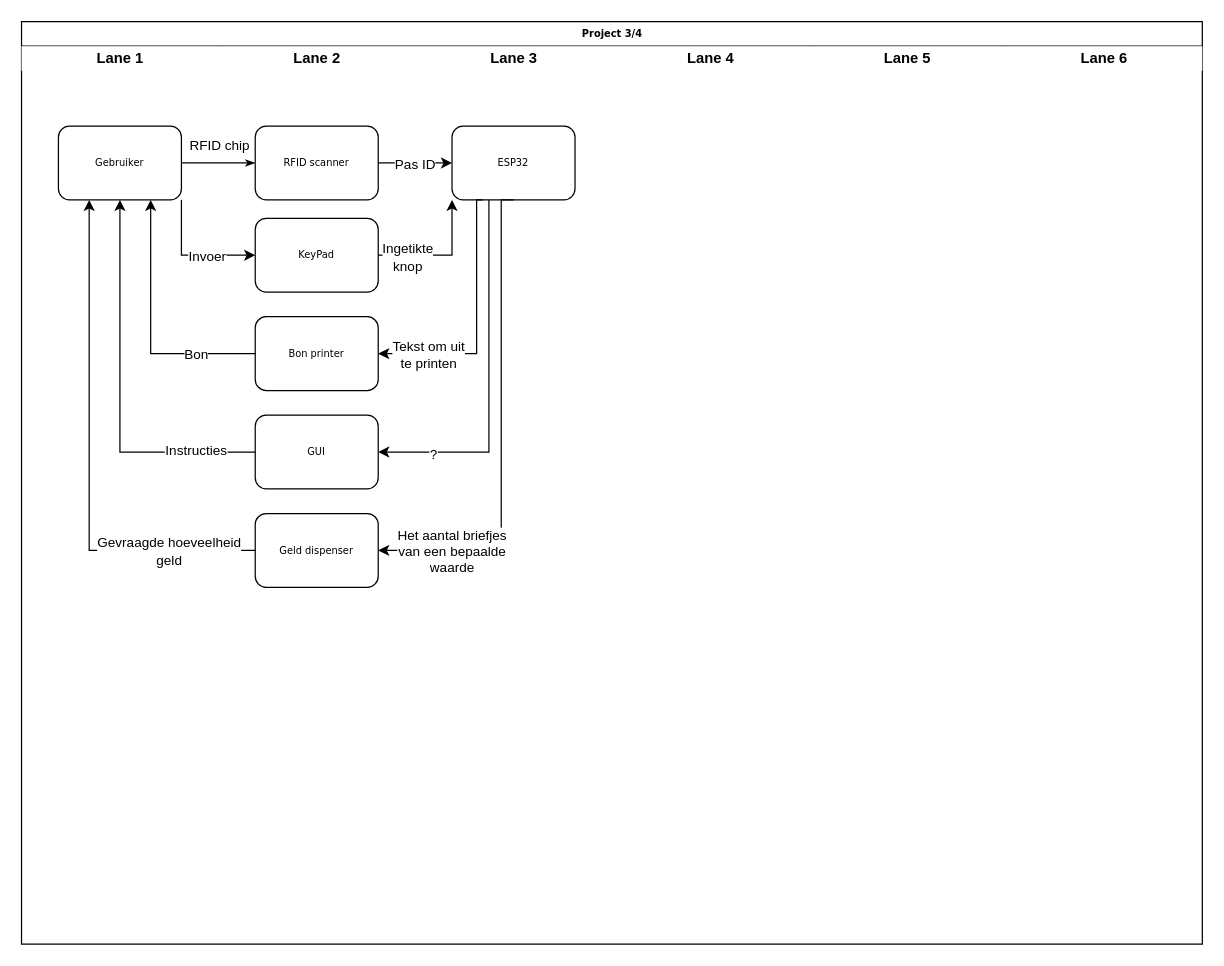
Sinjablo/Git-TINPRJ03-34 keeps this draw.io diagram as designs/2D/dataFlowDiagram.drawio. Above is the earlier version. Source tidied: cells renumbered, new cells numbered last; positions are measured from the earlier drawing's top-left corner, leaving out a move shared by most shapes. Both pictures are drawn from the tidied source at 123%, with x=0, y=0 at pixel (21, 21).
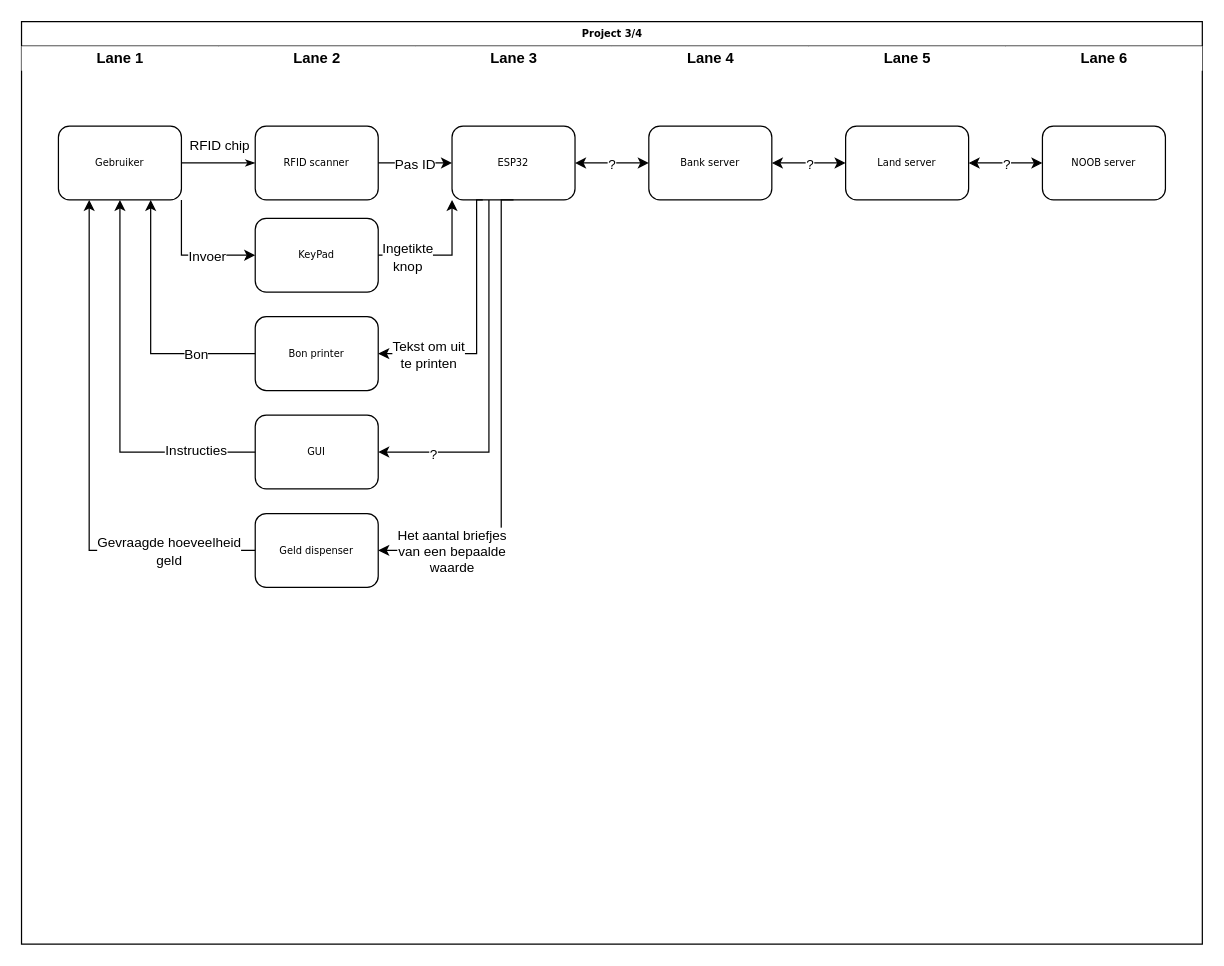
The same diagram, later.

Unchanged cells that the change refers to:
```xml
<mxCell id="2" value="Project 3/4" style="swimlane;html=1;startSize=20;rounded=0;shadow=0;labelBackgroundColor=none;strokeWidth=1;fontFamily=Verdana;fontSize=8;align=center;" parent="1" vertex="1">
  <mxGeometry width="960" height="750" as="geometry" />
</mxCell>
<mxCell id="14" value="ESP32" style="rounded=1;whiteSpace=wrap;html=1;shadow=0;labelBackgroundColor=none;strokeWidth=1;fontFamily=Verdana;fontSize=8;align=center;" parent="13" vertex="1">
  <mxGeometry x="30" y="65" width="100" height="60" as="geometry" />
</mxCell>
<mxCell id="15" value="Lane 4" style="swimlane;html=1;startSize=20;strokeColor=none;" parent="2" vertex="1">
  <mxGeometry x="480" y="20" width="160" height="730" as="geometry" />
</mxCell>
<mxCell id="16" value="Lane 5" style="swimlane;html=1;startSize=20;strokeColor=none;" parent="2" vertex="1">
  <mxGeometry x="640" y="20" width="160" height="730" as="geometry" />
</mxCell>
<mxCell id="17" value="Lane 6" style="swimlane;html=1;startSize=20;strokeColor=none;" parent="2" vertex="1">
  <mxGeometry x="800" y="20" width="160" height="730" as="geometry" />
</mxCell>
```

Diff of the diagram source:
```diff
@@
+    <mxCell id="36" value="Bank server" style="rounded=1;whiteSpace=wrap;html=1;shadow=0;labelBackgroundColor=none;strokeWidth=1;fontFamily=Verdana;fontSize=8;align=center;" parent="15" vertex="1">
+      <mxGeometry x="30" y="65" width="100" height="60" as="geometry" />
+    </mxCell>
@@
+    <mxCell id="37" value="Land server" style="rounded=1;whiteSpace=wrap;html=1;shadow=0;labelBackgroundColor=none;strokeWidth=1;fontFamily=Verdana;fontSize=8;align=center;" parent="16" vertex="1">
+      <mxGeometry x="30" y="65" width="100" height="60" as="geometry" />
+    </mxCell>
@@
+    <mxCell id="38" value="NOOB server" style="rounded=1;whiteSpace=wrap;html=1;shadow=0;labelBackgroundColor=none;strokeWidth=1;fontFamily=Verdana;fontSize=8;align=center;" parent="17" vertex="1">
+      <mxGeometry x="30" y="65" width="100" height="60" as="geometry" />
+    </mxCell>
@@
+    <mxCell id="39" style="edgeStyle=orthogonalEdgeStyle;rounded=0;jettySize=auto;html=1;startArrow=classic;startFill=1;" parent="2" edge="1" source="14" target="36">
+      <mxGeometry relative="1" as="geometry" />
+    </mxCell>
+    <mxCell id="40" value="?" style="edgeLabel;html=1;align=center;verticalAlign=middle;" parent="39" vertex="1">
+      <mxGeometry x="0.21" relative="1" as="geometry">
+        <mxPoint x="-7" as="offset" />
+      </mxGeometry>
+    </mxCell>
+    <mxCell id="41" style="edgeStyle=orthogonalEdgeStyle;rounded=0;jettySize=auto;html=1;entryX=0;entryY=0.5;entryDx=0;entryDy=0;startArrow=classic;startFill=1;" parent="2" edge="1" source="36" target="37">
+      <mxGeometry relative="1" as="geometry" />
+    </mxCell>
+    <mxCell id="42" value="?" style="edgeLabel;html=1;align=center;verticalAlign=middle;" parent="41" vertex="1">
+      <mxGeometry x="0.1" y="1" relative="1" as="geometry">
+        <mxPoint x="-3" y="1" as="offset" />
+      </mxGeometry>
+    </mxCell>
+    <mxCell id="43" style="edgeStyle=orthogonalEdgeStyle;rounded=0;jettySize=auto;html=1;entryX=0;entryY=0.5;entryDx=0;entryDy=0;startArrow=classic;startFill=1;" parent="2" edge="1" source="37" target="38">
+      <mxGeometry relative="1" as="geometry" />
+    </mxCell>
+    <mxCell id="44" value="?" style="edgeLabel;html=1;align=center;verticalAlign=middle;" parent="43" vertex="1">
+      <mxGeometry x="0.19" y="-1" relative="1" as="geometry">
+        <mxPoint x="-6" y="-1" as="offset" />
+      </mxGeometry>
+    </mxCell>
```
